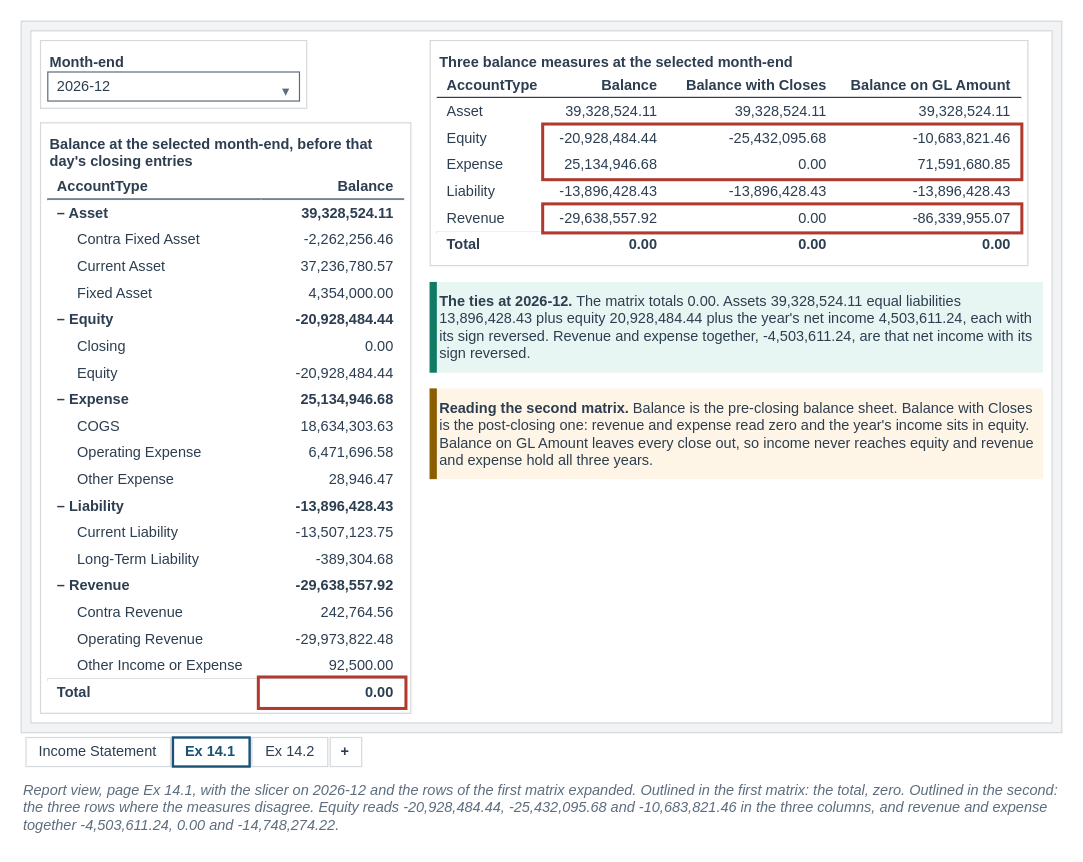
Earlier version of the draw.io diagram facts/instructor/figures/chapter-14-data-models-and-dax/IF-14-1-A.drawio (mmcodesso/Accounting_Analytics_Book). Source tidied: cells renumbered, new cells numbered last; positions are measured from the earlier drawing's top-left corner, leaving out a move shared by most shapes. Both pictures are drawn from the tidied source at 121%, with x=0, y=0 at pixel (21, 21).
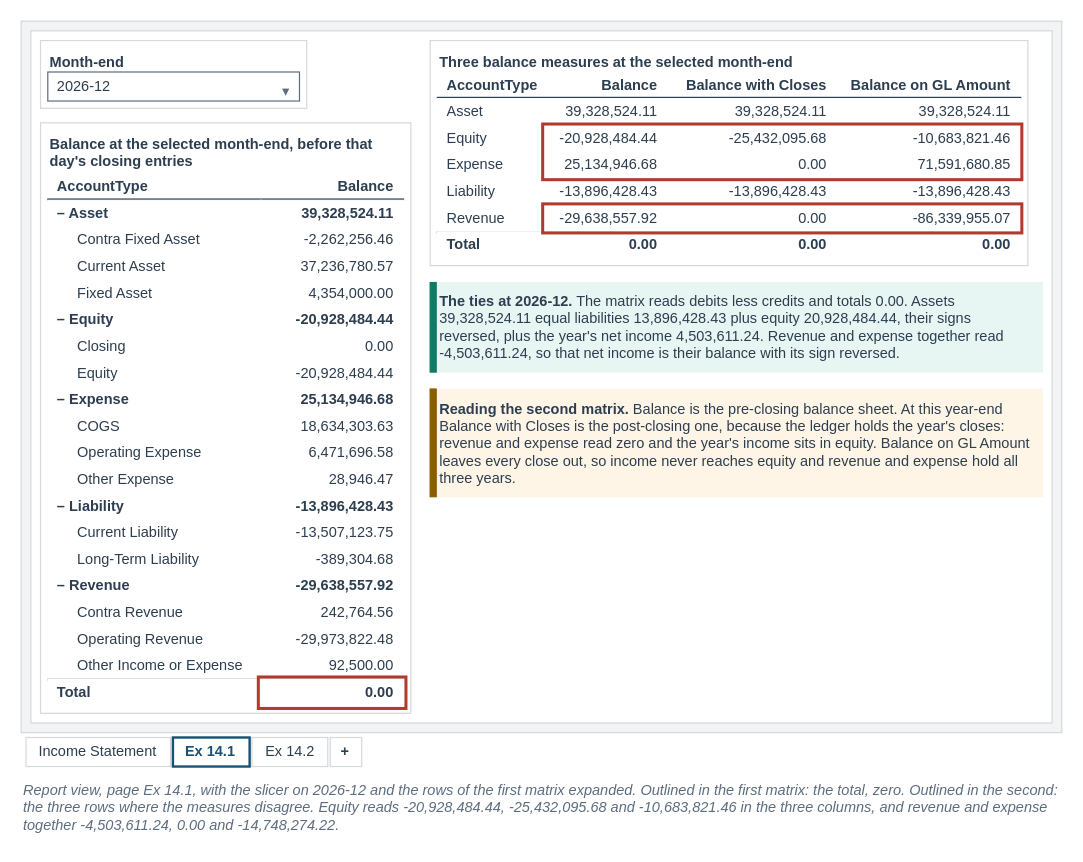
The same diagram, later.

The edit, as a diff of the source:
```diff
@@
-    <mxCell id="85" value="&lt;b&gt;The ties at 2026-12.&lt;/b&gt; The matrix totals 0.00. Assets 39,328,524.11 equal liabilities 13,896,428.43 plus equity 20,928,484.44 plus the year's net income 4,503,611.24, each with its sign reversed. Revenue and expense together, -4,503,611.24, are that net income with its sign reversed." style="rounded=0;arcSize=6;whiteSpace=wrap;html=1;fillColor=#E8F6F3;strokeColor=#E8F6F3;strokeWidth=1;fontColor=#2C3E50;fontSize=12;fontStyle=0;align=left;verticalAlign=middle;fontFamily=Helvetica;spacingLeft=6;spacingRight=6;" parent="1" vertex="1">
+    <mxCell id="85" value="&lt;b&gt;The ties at 2026-12.&lt;/b&gt; The matrix reads debits less credits and totals 0.00. Assets 39,328,524.11 equal liabilities 13,896,428.43 plus equity 20,928,484.44, their signs reversed, plus the year's net income 4,503,611.24. Revenue and expense together read -4,503,611.24, so that net income is their balance with its sign reversed." style="rounded=0;arcSize=6;whiteSpace=wrap;html=1;fillColor=#E8F6F3;strokeColor=#E8F6F3;strokeWidth=1;fontColor=#2C3E50;fontSize=12;fontStyle=0;align=left;verticalAlign=middle;fontFamily=Helvetica;spacingLeft=6;spacingRight=6;" parent="1" vertex="1">
       <mxGeometry x="338" y="216" width="506" height="74" as="geometry" />
     </mxCell>
@@
-    <mxCell id="87" value="&lt;b&gt;Reading the second matrix.&lt;/b&gt; Balance is the pre-closing balance sheet. Balance with Closes is the post-closing one: revenue and expense read zero and the year's income sits in equity. Balance on GL Amount leaves every close out, so income never reaches equity and revenue and expense hold all three years." style="rounded=0;arcSize=6;whiteSpace=wrap;html=1;fillColor=#FEF5E7;strokeColor=#FEF5E7;strokeWidth=1;fontColor=#2C3E50;fontSize=12;fontStyle=0;align=left;verticalAlign=middle;fontFamily=Helvetica;spacingLeft=6;spacingRight=6;" parent="1" vertex="1">
-      <mxGeometry x="338" y="304" width="506" height="74" as="geometry" />
+    <mxCell id="87" value="&lt;b&gt;Reading the second matrix.&lt;/b&gt; Balance is the pre-closing balance sheet. At this year-end Balance with Closes is the post-closing one, because the ledger holds the year's closes: revenue and expense read zero and the year's income sits in equity. Balance on GL Amount leaves every close out, so income never reaches equity and revenue and expense hold all three years." style="rounded=0;arcSize=6;whiteSpace=wrap;html=1;fillColor=#FEF5E7;strokeColor=#FEF5E7;strokeWidth=1;fontColor=#2C3E50;fontSize=12;fontStyle=0;align=left;verticalAlign=middle;fontFamily=Helvetica;spacingLeft=6;spacingRight=6;" parent="1" vertex="1">
+      <mxGeometry x="338" y="304" width="506" height="89" as="geometry" />
     </mxCell>
     <mxCell id="88" style="rounded=0;arcSize=6;whiteSpace=wrap;html=1;fillColor=#8A5D00;strokeColor=#8A5D00;strokeWidth=1;fontColor=#2C3E50;fontSize=13;fontStyle=0;align=center;verticalAlign=middle;fontFamily=Helvetica;spacingLeft=6;spacingRight=6;" parent="1" vertex="1">
-      <mxGeometry x="338" y="304" width="5" height="74" as="geometry" />
+      <mxGeometry x="338" y="304" width="5" height="89" as="geometry" />
     </mxCell>
```
